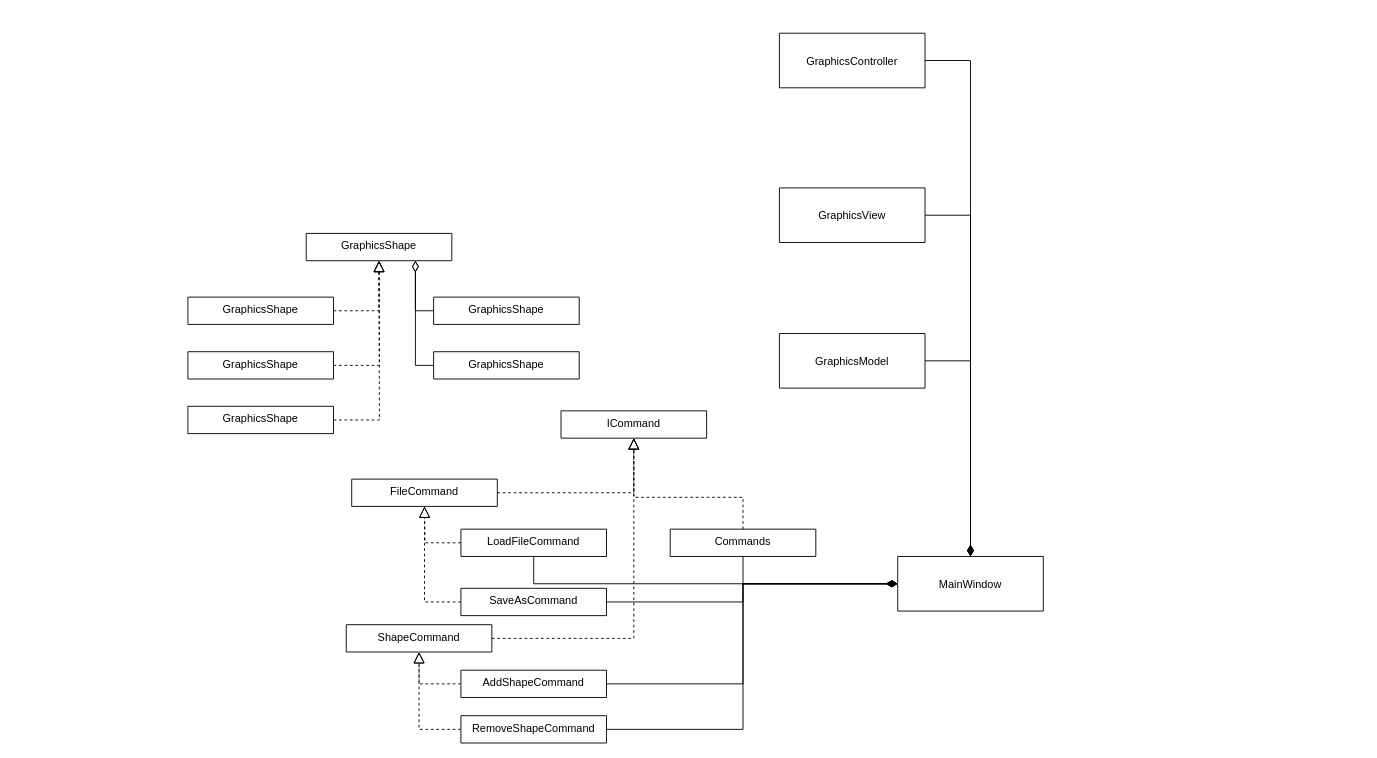
Earlier version of the draw.io diagram Untitled Diagram.drawio (Rishat22/GraphicsEditorArchitecture). Source tidied: cells renumbered, new cells numbered last; positions are measured from the earlier drawing's top-left corner, leaving out a move shared by most shapes. Both pictures are drawn from the tidied source at 91%, with x=0, y=0 at pixel (187, 33).
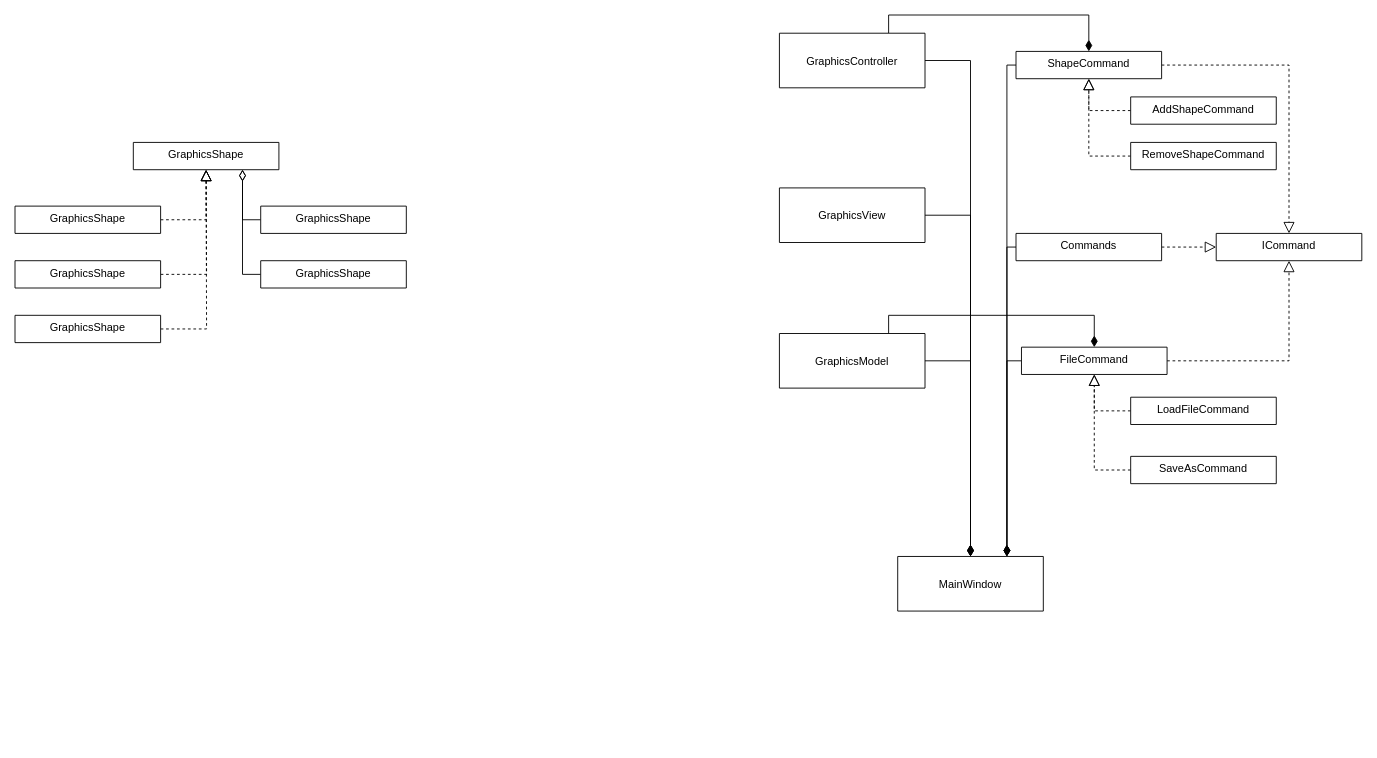
The same page after the edit.

The change refers to these unchanged cells:
```xml
<mxCell id="14" value="GraphicsModel" style="swimlane;fontStyle=0;align=center;verticalAlign=middle;horizontal=1;startSize=88;rounded=0;shadow=0;strokeWidth=1;" parent="1" vertex="1">
  <mxGeometry x="650" y="330" width="160" height="60" as="geometry" />
</mxCell>
<mxCell id="15" value="MainWindow" style="swimlane;fontStyle=0;align=center;verticalAlign=middle;horizontal=1;startSize=88;rounded=0;shadow=0;strokeWidth=1;" parent="1" vertex="1">
  <mxGeometry x="780" y="575" width="160" height="60" as="geometry" />
</mxCell>
<mxCell id="19" value="GraphicsController" style="swimlane;fontStyle=0;align=center;verticalAlign=middle;horizontal=1;startSize=88;rounded=0;shadow=0;strokeWidth=1;" parent="1" vertex="1">
  <mxGeometry x="650" width="160" height="60" as="geometry" />
</mxCell>
```

Change to the diagram source:
```diff
@@
     <mxCell id="2" value="GraphicsShape" style="swimlane;fontStyle=0;align=center;verticalAlign=top;horizontal=1;startSize=88;rounded=0;shadow=0;strokeWidth=1;" parent="1" vertex="1">
-      <mxGeometry x="130" y="220" width="160" height="30" as="geometry" />
+      <mxGeometry x="-60" y="120" width="160" height="30" as="geometry" />
     </mxCell>
@@
     <mxCell id="4" value="GraphicsShape" style="swimlane;fontStyle=0;align=center;verticalAlign=top;horizontal=1;startSize=88;rounded=0;shadow=0;strokeWidth=1;" parent="1" vertex="1">
-      <mxGeometry y="290" width="160" height="30" as="geometry" />
+      <mxGeometry x="-190" y="190" width="160" height="30" as="geometry" />
     </mxCell>
     <mxCell id="5" style="edgeStyle=orthogonalEdgeStyle;rounded=0;jettySize=auto;html=1;exitX=1;exitY=0.5;exitDx=0;exitDy=0;endSize=10;endArrow=block;endFill=0;dashed=1;" parent="1" edge="1" source="6">
       <mxGeometry relative="1" as="geometry">
-        <mxPoint x="210" y="250" as="targetPoint" />
+        <mxPoint x="20" y="150" as="targetPoint" />
       </mxGeometry>
     </mxCell>
     <mxCell id="6" value="GraphicsShape" style="swimlane;fontStyle=0;align=center;verticalAlign=top;horizontal=1;startSize=88;rounded=0;shadow=0;strokeWidth=1;" parent="1" vertex="1">
-      <mxGeometry y="350" width="160" height="30" as="geometry" />
+      <mxGeometry x="-190" y="250" width="160" height="30" as="geometry" />
     </mxCell>
     <mxCell id="7" style="edgeStyle=orthogonalEdgeStyle;rounded=0;jettySize=auto;html=1;exitX=1;exitY=0.5;exitDx=0;exitDy=0;endSize=10;endArrow=block;endFill=0;dashed=1;" parent="1" edge="1" source="8">
       <mxGeometry relative="1" as="geometry">
-        <mxPoint x="210" y="250" as="targetPoint" />
+        <mxPoint x="20" y="150" as="targetPoint" />
       </mxGeometry>
     </mxCell>
     <mxCell id="8" value="GraphicsShape" style="swimlane;fontStyle=0;align=center;verticalAlign=top;horizontal=1;startSize=88;rounded=0;shadow=0;strokeWidth=1;" parent="1" vertex="1">
-      <mxGeometry y="410" width="160" height="30" as="geometry" />
+      <mxGeometry x="-190" y="310" width="160" height="30" as="geometry" />
     </mxCell>
     <mxCell id="9" style="edgeStyle=orthogonalEdgeStyle;rounded=0;jettySize=auto;html=1;exitX=0;exitY=0.5;exitDx=0;exitDy=0;endArrow=diamondThin;endFill=0;endSize=10;" parent="1" edge="1" source="10">
       <mxGeometry relative="1" as="geometry">
-        <mxPoint x="250" y="250" as="targetPoint" />
+        <mxPoint x="60" y="150" as="targetPoint" />
       </mxGeometry>
     </mxCell>
     <mxCell id="10" value="GraphicsShape" style="swimlane;fontStyle=0;align=center;verticalAlign=top;horizontal=1;startSize=88;rounded=0;shadow=0;strokeWidth=1;" parent="1" vertex="1">
-      <mxGeometry x="270" y="290" width="160" height="30" as="geometry" />
+      <mxGeometry x="80" y="190" width="160" height="30" as="geometry" />
     </mxCell>
@@
     <mxCell id="12" value="GraphicsShape" style="swimlane;fontStyle=0;align=center;verticalAlign=top;horizontal=1;startSize=88;rounded=0;shadow=0;strokeWidth=1;" parent="1" vertex="1">
-      <mxGeometry x="270" y="350" width="160" height="30" as="geometry" />
+      <mxGeometry x="80" y="250" width="160" height="30" as="geometry" />
     </mxCell>
@@
+    <mxCell id="40" style="edgeStyle=orthogonalEdgeStyle;rounded=0;jettySize=auto;html=1;exitX=0.75;exitY=0;exitDx=0;exitDy=0;entryX=0.5;entryY=0;entryDx=0;entryDy=0;endArrow=diamondThin;endFill=1;endSize=10;" parent="1" edge="1" source="14" target="21">
+      <mxGeometry relative="1" as="geometry" />
+    </mxCell>
@@
+    <mxCell id="41" style="edgeStyle=orthogonalEdgeStyle;rounded=0;jettySize=auto;html=1;exitX=0.75;exitY=0;exitDx=0;exitDy=0;entryX=0.5;entryY=0;entryDx=0;entryDy=0;endArrow=diamondThin;endFill=1;endSize=10;" parent="1" edge="1" source="19" target="23">
+      <mxGeometry relative="1" as="geometry" />
+    </mxCell>
@@
+    <mxCell id="42" style="edgeStyle=orthogonalEdgeStyle;rounded=0;jettySize=auto;html=1;exitX=0;exitY=0.5;exitDx=0;exitDy=0;entryX=0.75;entryY=0;entryDx=0;entryDy=0;endArrow=diamondThin;endFill=1;endSize=10;" parent="1" edge="1" source="21" target="15">
+      <mxGeometry relative="1" as="geometry">
+        <Array as="points">
+          <mxPoint x="900" y="360" />
+        </Array>
+      </mxGeometry>
+    </mxCell>
     <mxCell id="21" value="FileCommand" style="swimlane;fontStyle=0;align=center;verticalAlign=top;horizontal=1;startSize=88;rounded=0;shadow=0;strokeWidth=1;" parent="1" vertex="1">
-      <mxGeometry x="180" y="490" width="160" height="30" as="geometry" />
+      <mxGeometry x="916" y="345" width="160" height="30" as="geometry" />
     </mxCell>
-    <mxCell id="22" style="edgeStyle=orthogonalEdgeStyle;rounded=0;jettySize=auto;html=1;exitX=1;exitY=0.5;exitDx=0;exitDy=0;entryX=0.5;entryY=1;entryDx=0;entryDy=0;endArrow=block;endFill=0;endSize=10;dashed=1;" parent="1" edge="1" source="23" target="27">
+    <mxCell id="22" style="edgeStyle=orthogonalEdgeStyle;rounded=0;jettySize=auto;html=1;exitX=1;exitY=0.5;exitDx=0;exitDy=0;entryX=0.5;entryY=0;entryDx=0;entryDy=0;endArrow=block;endFill=0;endSize=10;dashed=1;" parent="1" edge="1" source="23" target="27">
       <mxGeometry relative="1" as="geometry" />
     </mxCell>
+    <mxCell id="43" style="edgeStyle=orthogonalEdgeStyle;rounded=0;jettySize=auto;html=1;exitX=0;exitY=0.5;exitDx=0;exitDy=0;entryX=0.75;entryY=0;entryDx=0;entryDy=0;endArrow=diamondThin;endFill=1;endSize=10;" parent="1" edge="1" source="23" target="15">
+      <mxGeometry relative="1" as="geometry">
+        <Array as="points">
+          <mxPoint x="900" y="35" />
+        </Array>
+      </mxGeometry>
+    </mxCell>
     <mxCell id="23" value="ShapeCommand" style="swimlane;fontStyle=0;align=center;verticalAlign=top;horizontal=1;startSize=88;rounded=0;shadow=0;strokeWidth=1;" parent="1" vertex="1">
-      <mxGeometry x="174" y="650" width="160" height="30" as="geometry" />
+      <mxGeometry x="910" y="20" width="160" height="30" as="geometry" />
     </mxCell>
+    <mxCell id="25" style="edgeStyle=orthogonalEdgeStyle;rounded=0;jettySize=auto;html=1;exitX=1;exitY=0.5;exitDx=0;exitDy=0;entryX=0;entryY=0.5;entryDx=0;entryDy=0;endArrow=block;endFill=0;endSize=10;dashed=1;" parent="1" edge="1" source="26" target="27">
+      <mxGeometry relative="1" as="geometry" />
+    </mxCell>
-    <mxCell id="24" style="edgeStyle=orthogonalEdgeStyle;rounded=0;jettySize=auto;html=1;entryX=0;entryY=0.5;entryDx=0;entryDy=0;endArrow=diamondThin;endFill=1;endSize=10;" parent="1" edge="1" source="26" target="15">
+    <mxCell id="24" style="edgeStyle=orthogonalEdgeStyle;rounded=0;jettySize=auto;html=1;entryX=0.75;entryY=0;entryDx=0;entryDy=0;endArrow=diamondThin;endFill=1;endSize=10;" parent="1" edge="1" source="26" target="15">
       <mxGeometry relative="1" as="geometry">
         <Array as="points">
-          <mxPoint x="610" y="605" />
+          <mxPoint x="900" y="235" />
         </Array>
       </mxGeometry>
     </mxCell>
-    <mxCell id="25" style="edgeStyle=orthogonalEdgeStyle;rounded=0;jettySize=auto;html=1;exitX=0.5;exitY=0;exitDx=0;exitDy=0;entryX=0.5;entryY=1;entryDx=0;entryDy=0;endArrow=block;endFill=0;endSize=10;dashed=1;" parent="1" edge="1" source="26" target="27">
-      <mxGeometry relative="1" as="geometry">
-        <Array as="points">
-          <mxPoint x="610" y="510" />
-          <mxPoint x="490" y="510" />
-        </Array>
-      </mxGeometry>
-    </mxCell>
     <mxCell id="26" value="Commands" style="swimlane;fontStyle=0;align=center;verticalAlign=top;horizontal=1;startSize=88;rounded=0;shadow=0;strokeWidth=1;" parent="1" vertex="1">
-      <mxGeometry x="530" y="545" width="160" height="30" as="geometry" />
+      <mxGeometry x="910" y="220" width="160" height="30" as="geometry" />
     </mxCell>
     <mxCell id="27" value="ICommand" style="swimlane;fontStyle=0;align=center;verticalAlign=top;horizontal=1;startSize=88;rounded=0;shadow=0;strokeWidth=1;" parent="1" vertex="1">
-      <mxGeometry x="410" y="415" width="160" height="30" as="geometry" />
+      <mxGeometry x="1130" y="220" width="160" height="30" as="geometry" />
     </mxCell>
@@
-    <mxCell id="29" style="edgeStyle=orthogonalEdgeStyle;rounded=0;jettySize=auto;html=1;exitX=1;exitY=0.5;exitDx=0;exitDy=0;entryX=0;entryY=0.5;entryDx=0;entryDy=0;endArrow=diamondThin;endFill=1;endSize=10;" parent="1" edge="1" source="30" target="15">
-      <mxGeometry relative="1" as="geometry">
-        <Array as="points">
-          <mxPoint x="610" y="715" />
-          <mxPoint x="610" y="605" />
-        </Array>
-      </mxGeometry>
-    </mxCell>
     <mxCell id="30" value="AddShapeCommand" style="swimlane;fontStyle=0;align=center;verticalAlign=top;horizontal=1;startSize=88;rounded=0;shadow=0;strokeWidth=1;" parent="1" vertex="1">
-      <mxGeometry x="300" y="700" width="160" height="30" as="geometry" />
+      <mxGeometry x="1036" y="70" width="160" height="30" as="geometry" />
     </mxCell>
@@
-    <mxCell id="32" style="edgeStyle=orthogonalEdgeStyle;rounded=0;jettySize=auto;html=1;entryX=0;entryY=0.5;entryDx=0;entryDy=0;endArrow=diamondThin;endFill=1;endSize=10;" parent="1" edge="1" source="33" target="15">
-      <mxGeometry relative="1" as="geometry">
-        <Array as="points">
-          <mxPoint x="610" y="765" />
-          <mxPoint x="610" y="605" />
-        </Array>
-      </mxGeometry>
-    </mxCell>
     <mxCell id="33" value="RemoveShapeCommand" style="swimlane;fontStyle=0;align=center;verticalAlign=top;horizontal=1;startSize=88;rounded=0;shadow=0;strokeWidth=1;" parent="1" vertex="1">
-      <mxGeometry x="300" y="750" width="160" height="30" as="geometry" />
+      <mxGeometry x="1036" y="120" width="160" height="30" as="geometry" />
     </mxCell>
-    <mxCell id="34" style="edgeStyle=orthogonalEdgeStyle;rounded=0;jettySize=auto;html=1;exitX=0;exitY=0.5;exitDx=0;exitDy=0;entryX=0.5;entryY=1;entryDx=0;entryDy=0;dashed=1;endArrow=block;endFill=0;endSize=10;" parent="1" edge="1" source="36" target="21">
-      <mxGeometry relative="1" as="geometry" />
+    <mxCell id="34" style="edgeStyle=orthogonalEdgeStyle;rounded=0;jettySize=auto;html=1;entryX=0.5;entryY=1;entryDx=0;entryDy=0;endArrow=block;endFill=0;endSize=10;dashed=1;" parent="1" edge="1" source="36" target="21">
+      <mxGeometry relative="1" as="geometry">
+        <Array as="points">
+          <mxPoint x="996" y="480" />
+        </Array>
+      </mxGeometry>
     </mxCell>
-    <mxCell id="35" style="edgeStyle=orthogonalEdgeStyle;rounded=0;jettySize=auto;html=1;entryX=0;entryY=0.5;entryDx=0;entryDy=0;endArrow=diamondThin;endFill=1;endSize=10;" parent="1" edge="1" source="36" target="15">
-      <mxGeometry relative="1" as="geometry">
-        <Array as="points">
-          <mxPoint x="610" y="625" />
-          <mxPoint x="610" y="605" />
-        </Array>
-      </mxGeometry>
-    </mxCell>
     <mxCell id="36" value="SaveAsCommand" style="swimlane;fontStyle=0;align=center;verticalAlign=top;horizontal=1;startSize=88;rounded=0;shadow=0;strokeWidth=1;" parent="1" vertex="1">
-      <mxGeometry x="300" y="610" width="160" height="30" as="geometry" />
+      <mxGeometry x="1036" y="465" width="160" height="30" as="geometry" />
     </mxCell>
-    <mxCell id="37" style="edgeStyle=orthogonalEdgeStyle;rounded=0;jettySize=auto;html=1;exitX=0;exitY=0.5;exitDx=0;exitDy=0;dashed=1;endArrow=block;endFill=0;endSize=10;" parent="1" edge="1" source="39">
-      <mxGeometry relative="1" as="geometry">
-        <mxPoint x="260" y="520" as="targetPoint" />
-      </mxGeometry>
-    </mxCell>
-    <mxCell id="38" style="edgeStyle=orthogonalEdgeStyle;rounded=0;jettySize=auto;html=1;entryX=0;entryY=0.5;entryDx=0;entryDy=0;endArrow=diamondThin;endFill=1;endSize=10;" parent="1" edge="1" source="39" target="15">
-      <mxGeometry relative="1" as="geometry">
-        <Array as="points">
-          <mxPoint x="380" y="605" />
-        </Array>
-      </mxGeometry>
-    </mxCell>
+    <mxCell id="44" style="edgeStyle=orthogonalEdgeStyle;rounded=0;jettySize=auto;html=1;entryX=0.5;entryY=1;entryDx=0;entryDy=0;endArrow=block;endFill=0;endSize=10;dashed=1;" parent="1" edge="1" source="39" target="21">
+      <mxGeometry relative="1" as="geometry">
+        <Array as="points">
+          <mxPoint x="996" y="415" />
+        </Array>
+      </mxGeometry>
+    </mxCell>
     <mxCell id="39" value="LoadFileCommand" style="swimlane;fontStyle=0;align=center;verticalAlign=top;horizontal=1;startSize=88;rounded=0;shadow=0;strokeWidth=1;" parent="1" vertex="1">
-      <mxGeometry x="300" y="545" width="160" height="30" as="geometry" />
+      <mxGeometry x="1036" y="400" width="160" height="30" as="geometry" />
     </mxCell>
```
